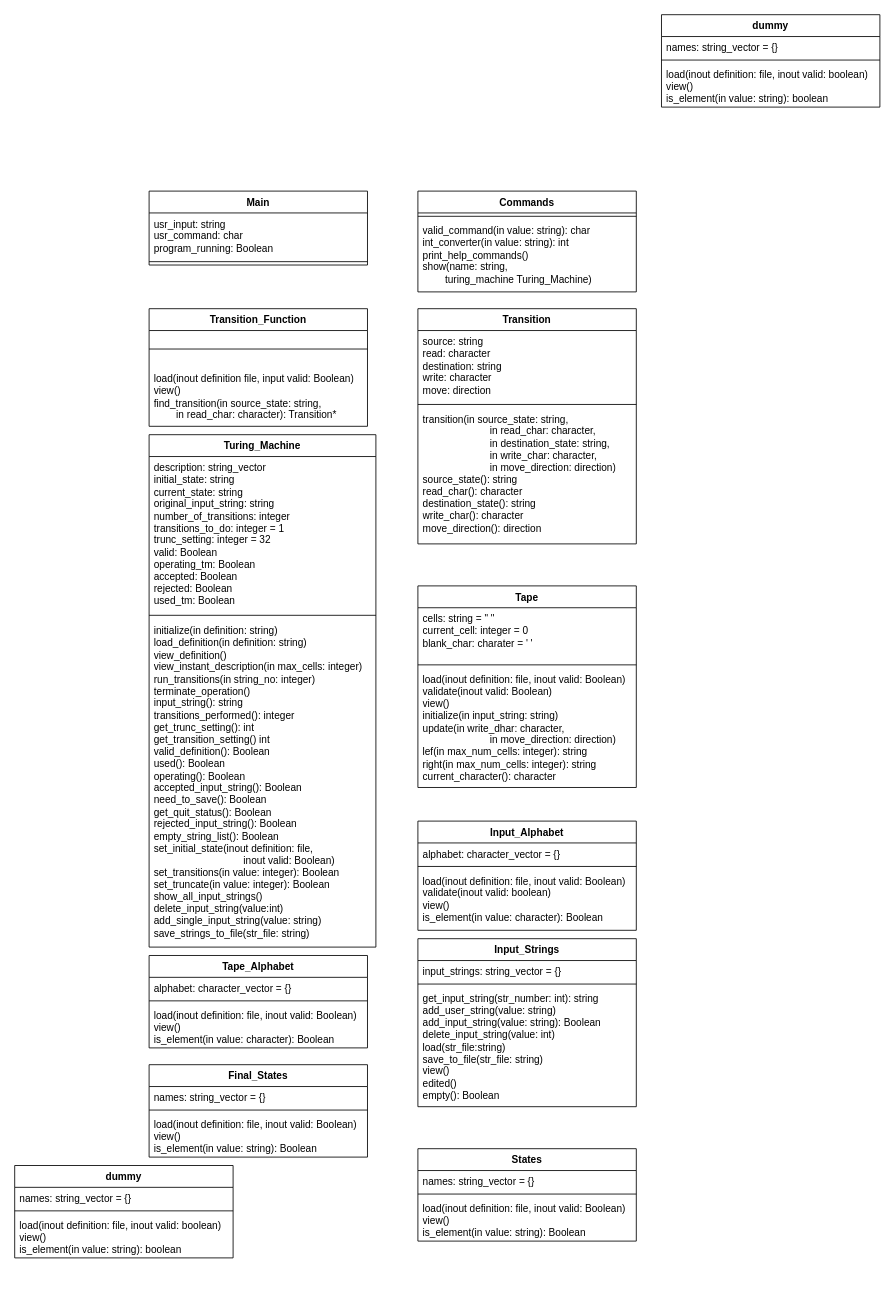
Above: TransitionFunction.drawio in IgorBCode/cv (draw.io), before the change. Source tidied: cells renumbered, new cells numbered last; positions are measured from the earlier drawing's top-left corner, leaving out a move shared by most shapes. Both pictures are drawn from the tidied source at 84%, with x=0, y=0 at pixel (14, 14).
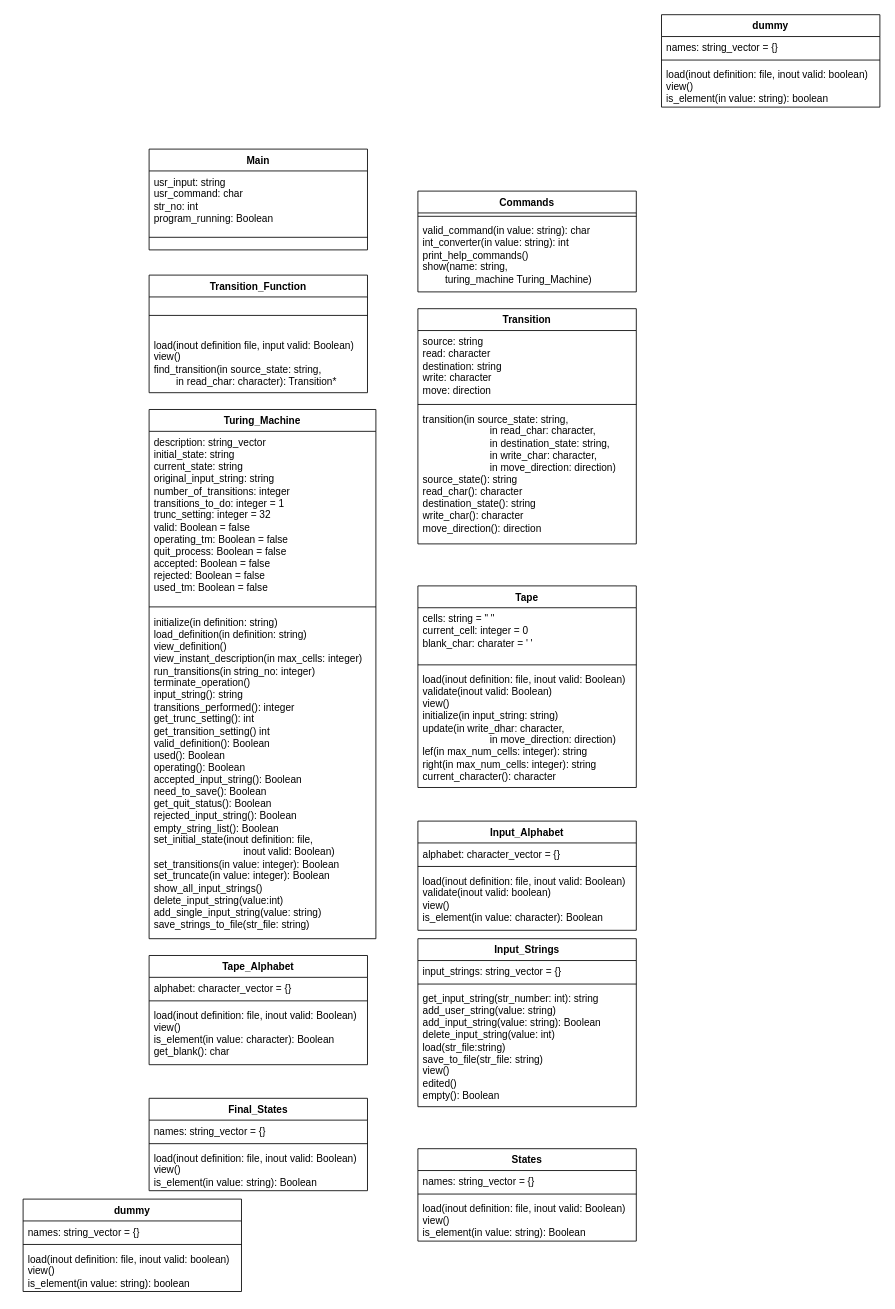
The same page after the edit.

The edit, as a diff of the source:
```diff
@@
     <mxCell id="2" value="Transition_Function" style="swimlane;fontStyle=1;align=center;verticalAlign=top;horizontal=1;startSize=26;whiteSpace=wrap;html=1;" parent="1" vertex="1">
-      <mxGeometry x="160" y="350" width="260" height="140" as="geometry" />
+      <mxGeometry x="160" y="310" width="260" height="140" as="geometry" />
     </mxCell>
@@
     <mxCell id="9" value="Turing_Machine" style="swimlane;fontStyle=1;align=center;verticalAlign=top;horizontal=1;startSize=26;whiteSpace=wrap;html=1;" parent="1" vertex="1">
-      <mxGeometry x="160" y="500" width="270" height="610" as="geometry" />
+      <mxGeometry x="160" y="470" width="270" height="630" as="geometry" />
     </mxCell>
-    <mxCell id="10" value="&lt;div&gt;description: string_vector&lt;/div&gt;&lt;div&gt;initial_state: string&lt;/div&gt;&lt;div&gt;current_state: string&lt;/div&gt;&lt;div&gt;original_input_string: string&lt;/div&gt;&lt;div&gt;number_of_transitions: integer&lt;/div&gt;&lt;div&gt;transitions_to_do: integer = 1&lt;/div&gt;&lt;div&gt;trunc_setting: integer = 32&lt;br&gt;&lt;/div&gt;&lt;div&gt;valid: Boolean&lt;/div&gt;&lt;div&gt;operating_tm: Boolean&lt;/div&gt;&lt;div&gt;accepted: Boolean&lt;/div&gt;&lt;div&gt;rejected: Boolean&lt;/div&gt;&lt;div&gt;used_tm: Boolean&lt;br&gt;&lt;/div&gt;" style="text;strokeColor=none;fillColor=none;align=left;verticalAlign=top;spacingLeft=4;spacingRight=4;overflow=hidden;whiteSpace=wrap;html=1;" parent="9" vertex="1">
-      <mxGeometry y="26" width="270" height="184" as="geometry" />
+    <mxCell id="10" value="&lt;div&gt;description: string_vector&lt;/div&gt;&lt;div&gt;initial_state: string&lt;/div&gt;&lt;div&gt;current_state: string&lt;/div&gt;&lt;div&gt;original_input_string: string&lt;/div&gt;&lt;div&gt;number_of_transitions: integer&lt;/div&gt;&lt;div&gt;transitions_to_do: integer = 1&lt;/div&gt;&lt;div&gt;trunc_setting: integer = 32&lt;br&gt;&lt;/div&gt;&lt;div&gt;valid: Boolean = false&lt;br&gt;&lt;/div&gt;&lt;div&gt;operating_tm: Boolean = false&lt;/div&gt;&lt;div&gt;quit_process: Boolean = false&lt;/div&gt;&lt;div&gt;accepted: Boolean = false&lt;/div&gt;&lt;div&gt;rejected: Boolean = false&lt;/div&gt;&lt;div&gt;used_tm: Boolean = false&lt;/div&gt;" style="text;strokeColor=none;fillColor=none;align=left;verticalAlign=top;spacingLeft=4;spacingRight=4;overflow=hidden;whiteSpace=wrap;html=1;" parent="9" vertex="1">
+      <mxGeometry y="26" width="270" height="204" as="geometry" />
     </mxCell>
     <mxCell id="11" style="line;strokeWidth=1;fillColor=none;align=left;verticalAlign=middle;spacingTop=-1;spacingLeft=3;spacingRight=3;labelPosition=right;strokeColor=inherit;" parent="9" vertex="1">
-      <mxGeometry y="210" width="270" height="10" as="geometry" />
+      <mxGeometry y="230" width="270" height="10" as="geometry" />
     </mxCell>
     <mxCell id="12" value="&lt;div&gt;initialize(in definition: string)&lt;br&gt;&lt;/div&gt;&lt;div&gt;load_definition(in definition: string)&lt;/div&gt;&lt;div&gt;view_definition()&lt;/div&gt;&lt;div&gt;view_instant_description(in max_cells: integer)&lt;/div&gt;&lt;div&gt;run_transitions(in string_no: integer)&lt;/div&gt;&lt;div&gt;terminate_operation()&lt;/div&gt;&lt;div&gt;input_string(): string&lt;/div&gt;&lt;div&gt;transitions_performed(): integer&lt;/div&gt;&lt;div&gt;get_trunc_setting(): int&lt;/div&gt;&lt;div&gt;get_transition_setting() int&lt;br&gt;&lt;/div&gt;&lt;div&gt;valid_definition(): Boolean&lt;/div&gt;&lt;div&gt;used(): Boolean&lt;/div&gt;&lt;div&gt;operating(): Boolean&lt;/div&gt;&lt;div&gt;accepted_input_string(): Boolean&lt;/div&gt;&lt;div&gt;need_to_save(): Boolean&lt;/div&gt;&lt;div&gt;get_quit_status(): Boolean&lt;br&gt;&lt;/div&gt;&lt;div&gt;rejected_input_string(): Boolean&lt;/div&gt;&lt;div&gt;empty_string_list(): Boolean&lt;br&gt;&lt;/div&gt;&lt;div&gt;set_initial_state(inout definition: file,&amp;nbsp;&lt;/div&gt;&lt;div&gt;&lt;span style=&quot;white-space: pre;&quot;&gt;&#9;&lt;/span&gt;&lt;span style=&quot;white-space: pre;&quot;&gt;&#9;&lt;/span&gt;&lt;span style=&quot;white-space: pre;&quot;&gt;&#9;&lt;/span&gt;&lt;span style=&quot;white-space: pre;&quot;&gt;&#9;&lt;/span&gt;inout valid: Boolean)&lt;br&gt;&lt;/div&gt;&lt;div&gt;set_transitions(in value: integer): Boolean&lt;/div&gt;&lt;div&gt;set_truncate(in value: integer): Boolean&lt;/div&gt;&lt;div&gt;show_all_input_strings()&lt;/div&gt;&lt;div&gt;delete_input_string(value:int)&lt;/div&gt;&lt;div&gt;add_single_input_string(value: string)&lt;/div&gt;&lt;div&gt;save_strings_to_file(str_file: string)&lt;/div&gt;&lt;div&gt;&lt;br&gt;&lt;/div&gt;" style="text;strokeColor=none;fillColor=none;align=left;verticalAlign=top;spacingLeft=4;spacingRight=4;overflow=hidden;whiteSpace=wrap;html=1;" parent="9" vertex="1">
-      <mxGeometry y="220" width="270" height="390" as="geometry" />
+      <mxGeometry y="240" width="270" height="390" as="geometry" />
     </mxCell>
@@
     <mxCell id="21" value="Tape_Alphabet" style="swimlane;fontStyle=1;align=center;verticalAlign=top;horizontal=1;startSize=26;whiteSpace=wrap;html=1;" parent="1" vertex="1">
-      <mxGeometry x="160" y="1120" width="260" height="110" as="geometry" />
+      <mxGeometry x="160" y="1120" width="260" height="130" as="geometry" />
     </mxCell>
@@
-    <mxCell id="24" value="&lt;div&gt;load(inout definition: file, inout valid:&amp;nbsp;Boolean)&lt;/div&gt;&lt;div&gt;view()&lt;/div&gt;&lt;div&gt;is_element(in value: character): Boolean&lt;/div&gt;" style="text;strokeColor=none;fillColor=none;align=left;verticalAlign=top;spacingLeft=4;spacingRight=4;overflow=hidden;whiteSpace=wrap;html=1;" parent="21" vertex="1">
-      <mxGeometry y="58" width="260" height="52" as="geometry" />
+    <mxCell id="24" value="&lt;div&gt;load(inout definition: file, inout valid:&amp;nbsp;Boolean)&lt;/div&gt;&lt;div&gt;view()&lt;/div&gt;&lt;div&gt;is_element(in value: character): Boolean&lt;/div&gt;&lt;div&gt;get_blank(): char&lt;br&gt;&lt;/div&gt;" style="text;strokeColor=none;fillColor=none;align=left;verticalAlign=top;spacingLeft=4;spacingRight=4;overflow=hidden;whiteSpace=wrap;html=1;" parent="21" vertex="1">
+      <mxGeometry y="58" width="260" height="72" as="geometry" />
     </mxCell>
@@
     <mxCell id="29" value="Final_States" style="swimlane;fontStyle=1;align=center;verticalAlign=top;horizontal=1;startSize=26;whiteSpace=wrap;html=1;" parent="1" vertex="1">
-      <mxGeometry x="160" y="1250" width="260" height="110" as="geometry" />
+      <mxGeometry x="160" y="1290" width="260" height="110" as="geometry" />
     </mxCell>
@@
     <mxCell id="33" value="dummy" style="swimlane;fontStyle=1;align=center;verticalAlign=top;horizontal=1;startSize=26;whiteSpace=wrap;html=1;" parent="1" vertex="1">
-      <mxGeometry y="1370" width="260" height="110" as="geometry" />
+      <mxGeometry x="10" y="1410" width="260" height="110" as="geometry" />
     </mxCell>
@@
     <mxCell id="41" value="Main" style="swimlane;fontStyle=1;align=center;verticalAlign=top;horizontal=1;startSize=26;whiteSpace=wrap;html=1;" parent="1" vertex="1">
-      <mxGeometry x="160" y="210" width="260" height="88" as="geometry" />
+      <mxGeometry x="160" y="160" width="260" height="120" as="geometry" />
     </mxCell>
-    <mxCell id="42" value="&lt;div&gt;usr_input: string&lt;/div&gt;&lt;div&gt;usr_command: char&lt;/div&gt;&lt;div&gt;program_running: Boolean&lt;br&gt;&lt;/div&gt;" style="text;strokeColor=none;fillColor=none;align=left;verticalAlign=top;spacingLeft=4;spacingRight=4;overflow=hidden;whiteSpace=wrap;html=1;" parent="41" vertex="1">
-      <mxGeometry y="26" width="260" height="54" as="geometry" />
+    <mxCell id="42" value="&lt;div&gt;usr_input: string&lt;/div&gt;&lt;div&gt;usr_command: char&lt;/div&gt;&lt;div&gt;str_no: int&lt;br&gt;&lt;/div&gt;&lt;div&gt;program_running: Boolean&lt;br&gt;&lt;/div&gt;" style="text;strokeColor=none;fillColor=none;align=left;verticalAlign=top;spacingLeft=4;spacingRight=4;overflow=hidden;whiteSpace=wrap;html=1;" parent="41" vertex="1">
+      <mxGeometry y="26" width="260" height="64" as="geometry" />
     </mxCell>
     <mxCell id="43" style="line;strokeWidth=1;fillColor=none;align=left;verticalAlign=middle;spacingTop=-1;spacingLeft=3;spacingRight=3;labelPosition=right;strokeColor=inherit;" parent="41" vertex="1">
-      <mxGeometry y="80" width="260" height="8" as="geometry" />
+      <mxGeometry y="90" width="260" height="30" as="geometry" />
     </mxCell>
```
